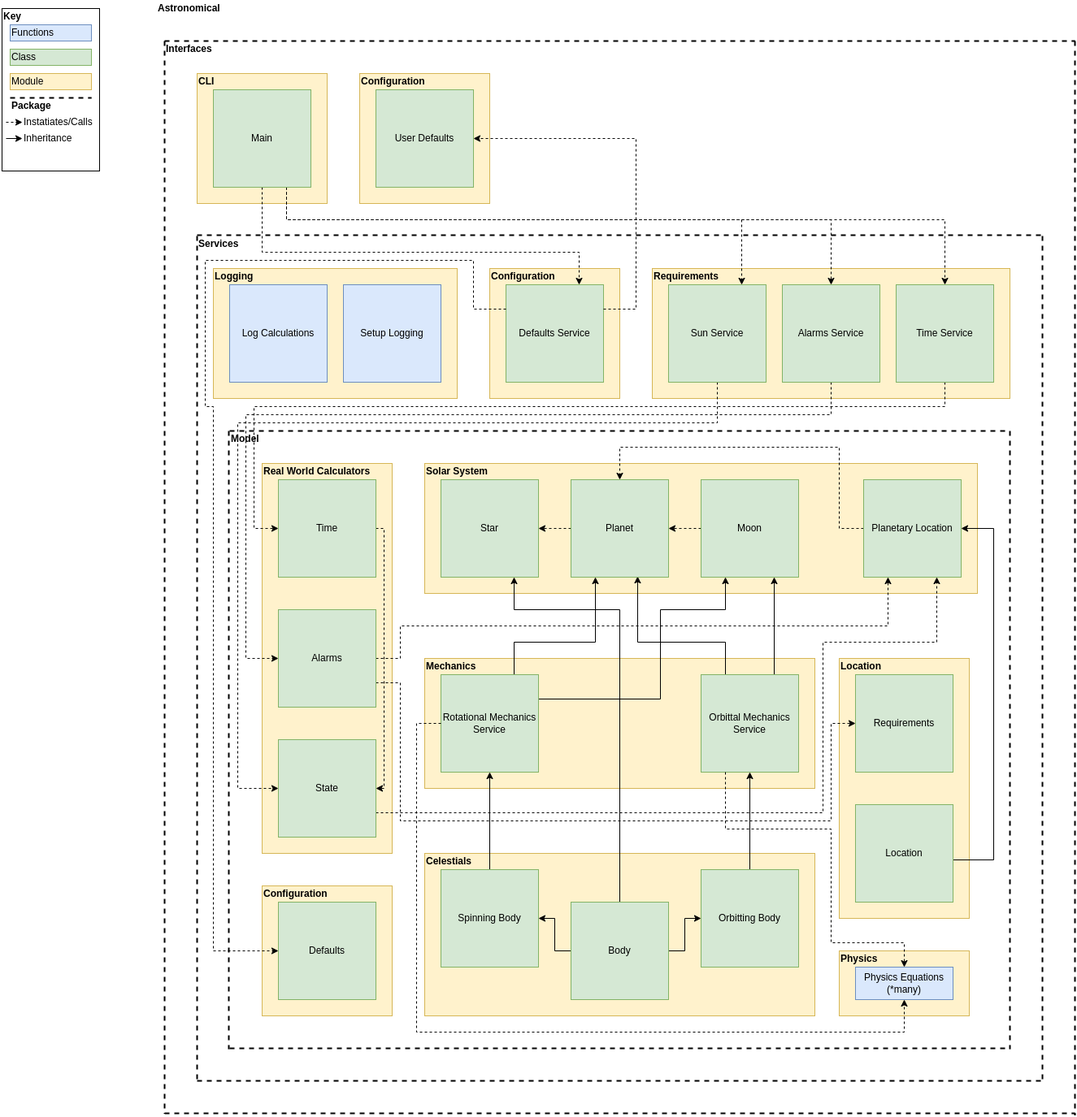
Above: img/full_design.png in TheOrganist24/Astronomical (draw.io), before the change. Source tidied: cells renumbered, new cells last; positions are measured from the earlier drawing's top-left corner, leaving out a move shared by most shapes.
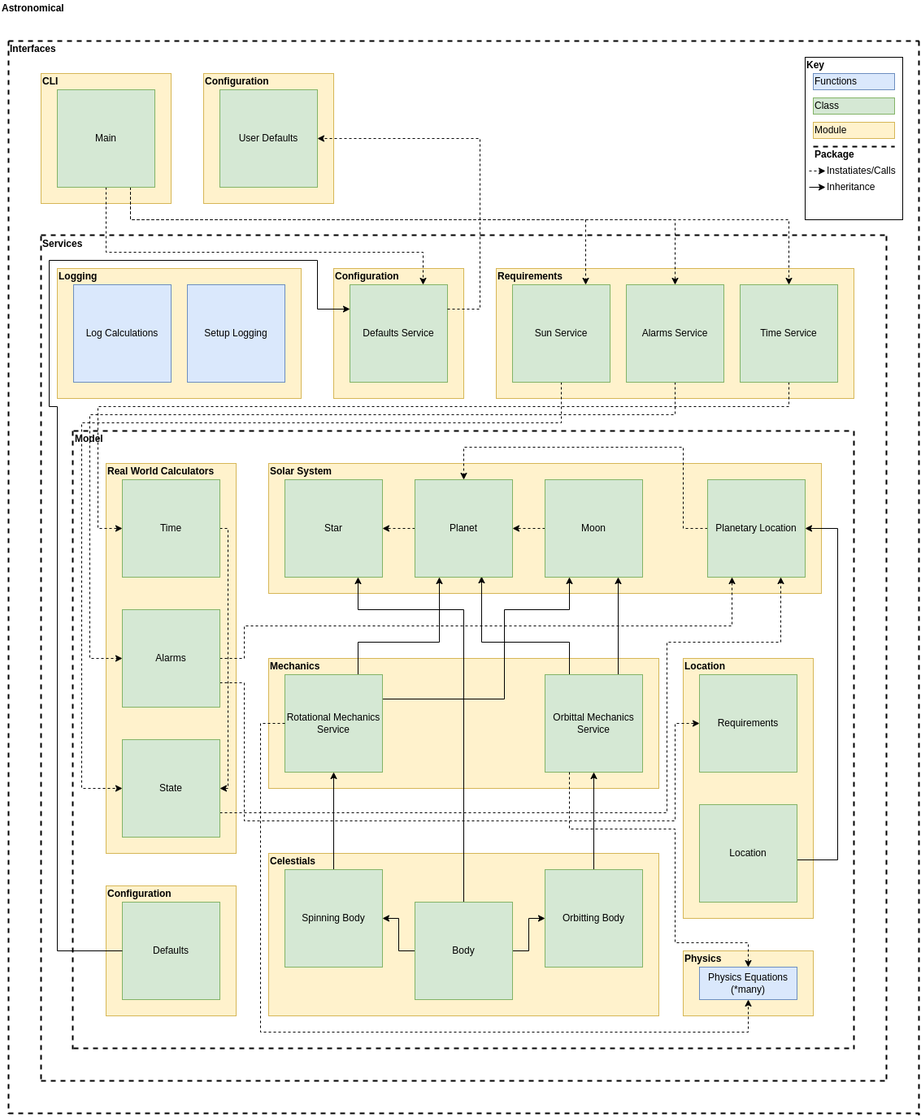
The same diagram one commit later.

Diff of the diagram source:
```diff
@@ -159,46 +159,46 @@
       </mxGeometry>
     </mxCell>
     <mxCell id="40" style="rounded=0;whiteSpace=wrap;html=1;" parent="1" vertex="1">
-      <mxGeometry y="10" width="120" height="200" as="geometry" />
+      <mxGeometry x="1180" y="70" width="120" height="200" as="geometry" />
     </mxCell>
     <mxCell id="41" value="&lt;b&gt;Key&lt;/b&gt;" style="text;html=1;strokeColor=none;fillColor=none;align=left;verticalAlign=middle;whiteSpace=wrap;rounded=0;" parent="1" vertex="1">
-      <mxGeometry y="10" width="80" height="20" as="geometry" />
+      <mxGeometry x="1180" y="70" width="80" height="20" as="geometry" />
     </mxCell>
     <mxCell id="42" value="Module" style="rounded=0;whiteSpace=wrap;html=1;fillColor=#fff2cc;strokeColor=#d6b656;align=left;" parent="1" vertex="1">
-      <mxGeometry x="10" y="90" width="100" height="20" as="geometry" />
+      <mxGeometry x="1190" y="150" width="100" height="20" as="geometry" />
     </mxCell>
     <mxCell id="43" value="Class" style="rounded=0;whiteSpace=wrap;html=1;fillColor=#d5e8d4;strokeColor=#82b366;align=left;" parent="1" vertex="1">
-      <mxGeometry x="10" y="60" width="100" height="20" as="geometry" />
+      <mxGeometry x="1190" y="120" width="100" height="20" as="geometry" />
     </mxCell>
     <mxCell id="44" value="Functions" style="rounded=0;whiteSpace=wrap;html=1;fillColor=#dae8fc;strokeColor=#6c8ebf;align=left;" parent="1" vertex="1">
-      <mxGeometry x="10" y="30" width="100" height="20" as="geometry" />
+      <mxGeometry x="1190" y="90" width="100" height="20" as="geometry" />
     </mxCell>
     <mxCell id="45" style="endArrow=classic;html=1;rounded=0;dashed=1;strokeWidth=1;" parent="1" edge="1">
       <mxGeometry relative="1" as="geometry">
-        <mxPoint x="5" y="150" as="sourcePoint" />
-        <mxPoint x="25" y="150" as="targetPoint" />
+        <mxPoint x="1185" y="210" as="sourcePoint" />
+        <mxPoint x="1205" y="210" as="targetPoint" />
       </mxGeometry>
     </mxCell>
     <mxCell id="46" value="Instatiates/Calls" style="text;html=1;strokeColor=none;fillColor=none;align=left;verticalAlign=middle;whiteSpace=wrap;rounded=0;" parent="1" vertex="1">
-      <mxGeometry x="25" y="140" width="70" height="20" as="geometry" />
+      <mxGeometry x="1205" y="200" width="70" height="20" as="geometry" />
     </mxCell>
     <mxCell id="47" style="endArrow=classic;html=1;rounded=0;strokeWidth=1;" parent="1" edge="1">
       <mxGeometry relative="1" as="geometry">
-        <mxPoint x="5" y="170" as="sourcePoint" />
-        <mxPoint x="25" y="170" as="targetPoint" />
+        <mxPoint x="1185" y="230" as="sourcePoint" />
+        <mxPoint x="1205" y="230" as="targetPoint" />
       </mxGeometry>
     </mxCell>
     <mxCell id="48" value="Inheritance" style="text;html=1;strokeColor=none;fillColor=none;align=left;verticalAlign=middle;whiteSpace=wrap;rounded=0;" parent="1" vertex="1">
-      <mxGeometry x="25" y="160" width="70" height="20" as="geometry" />
+      <mxGeometry x="1205" y="220" width="70" height="20" as="geometry" />
     </mxCell>
     <mxCell id="49" style="endArrow=none;dashed=1;html=1;rounded=0;strokeWidth=2;" parent="1" edge="1">
       <mxGeometry relative="1" as="geometry">
-        <mxPoint x="10" y="120" as="sourcePoint" />
-        <mxPoint x="110" y="120" as="targetPoint" />
+        <mxPoint x="1190" y="180" as="sourcePoint" />
+        <mxPoint x="1290" y="180" as="targetPoint" />
       </mxGeometry>
     </mxCell>
     <mxCell id="50" value="&lt;b&gt;Package&lt;/b&gt;" style="text;html=1;strokeColor=none;fillColor=none;align=left;verticalAlign=middle;whiteSpace=wrap;rounded=0;" parent="1" vertex="1">
-      <mxGeometry x="10" y="120" width="80" height="20" as="geometry" />
+      <mxGeometry x="1190" y="180" width="80" height="20" as="geometry" />
     </mxCell>
     <mxCell id="51" style="rounded=0;whiteSpace=wrap;html=1;fillColor=#fff2cc;strokeColor=#d6b656;" parent="1" vertex="1">
       <mxGeometry x="800" y="330" width="440" height="160" as="geometry" />
@@ -465,15 +465,15 @@
         </Array>
       </mxGeometry>
     </mxCell>
-    <mxCell id="104" style="edgeStyle=orthogonalEdgeStyle;rounded=0;jettySize=auto;html=1;exitX=0;exitY=0.25;exitDx=0;exitDy=0;dashed=1;entryX=0;entryY=0.5;entryDx=0;entryDy=0;" parent="1" edge="1" source="65" target="102">
+    <mxCell id="104" style="edgeStyle=orthogonalEdgeStyle;rounded=0;jettySize=auto;html=1;exitX=0;exitY=0.5;exitDx=0;exitDy=0;entryX=0;entryY=0.25;entryDx=0;entryDy=0;" parent="1" edge="1" source="102" target="65">
       <mxGeometry relative="1" as="geometry">
         <Array as="points">
+          <mxPoint x="260" y="1170" />
+          <mxPoint x="260" y="500" />
+          <mxPoint x="250" y="500" />
+          <mxPoint x="250" y="320" />
+          <mxPoint x="580" y="320" />
           <mxPoint x="580" y="380" />
-          <mxPoint x="580" y="320" />
-          <mxPoint x="250" y="320" />
-          <mxPoint x="250" y="500" />
-          <mxPoint x="260" y="500" />
-          <mxPoint x="260" y="1170" />
         </Array>
       </mxGeometry>
     </mxCell>
```
